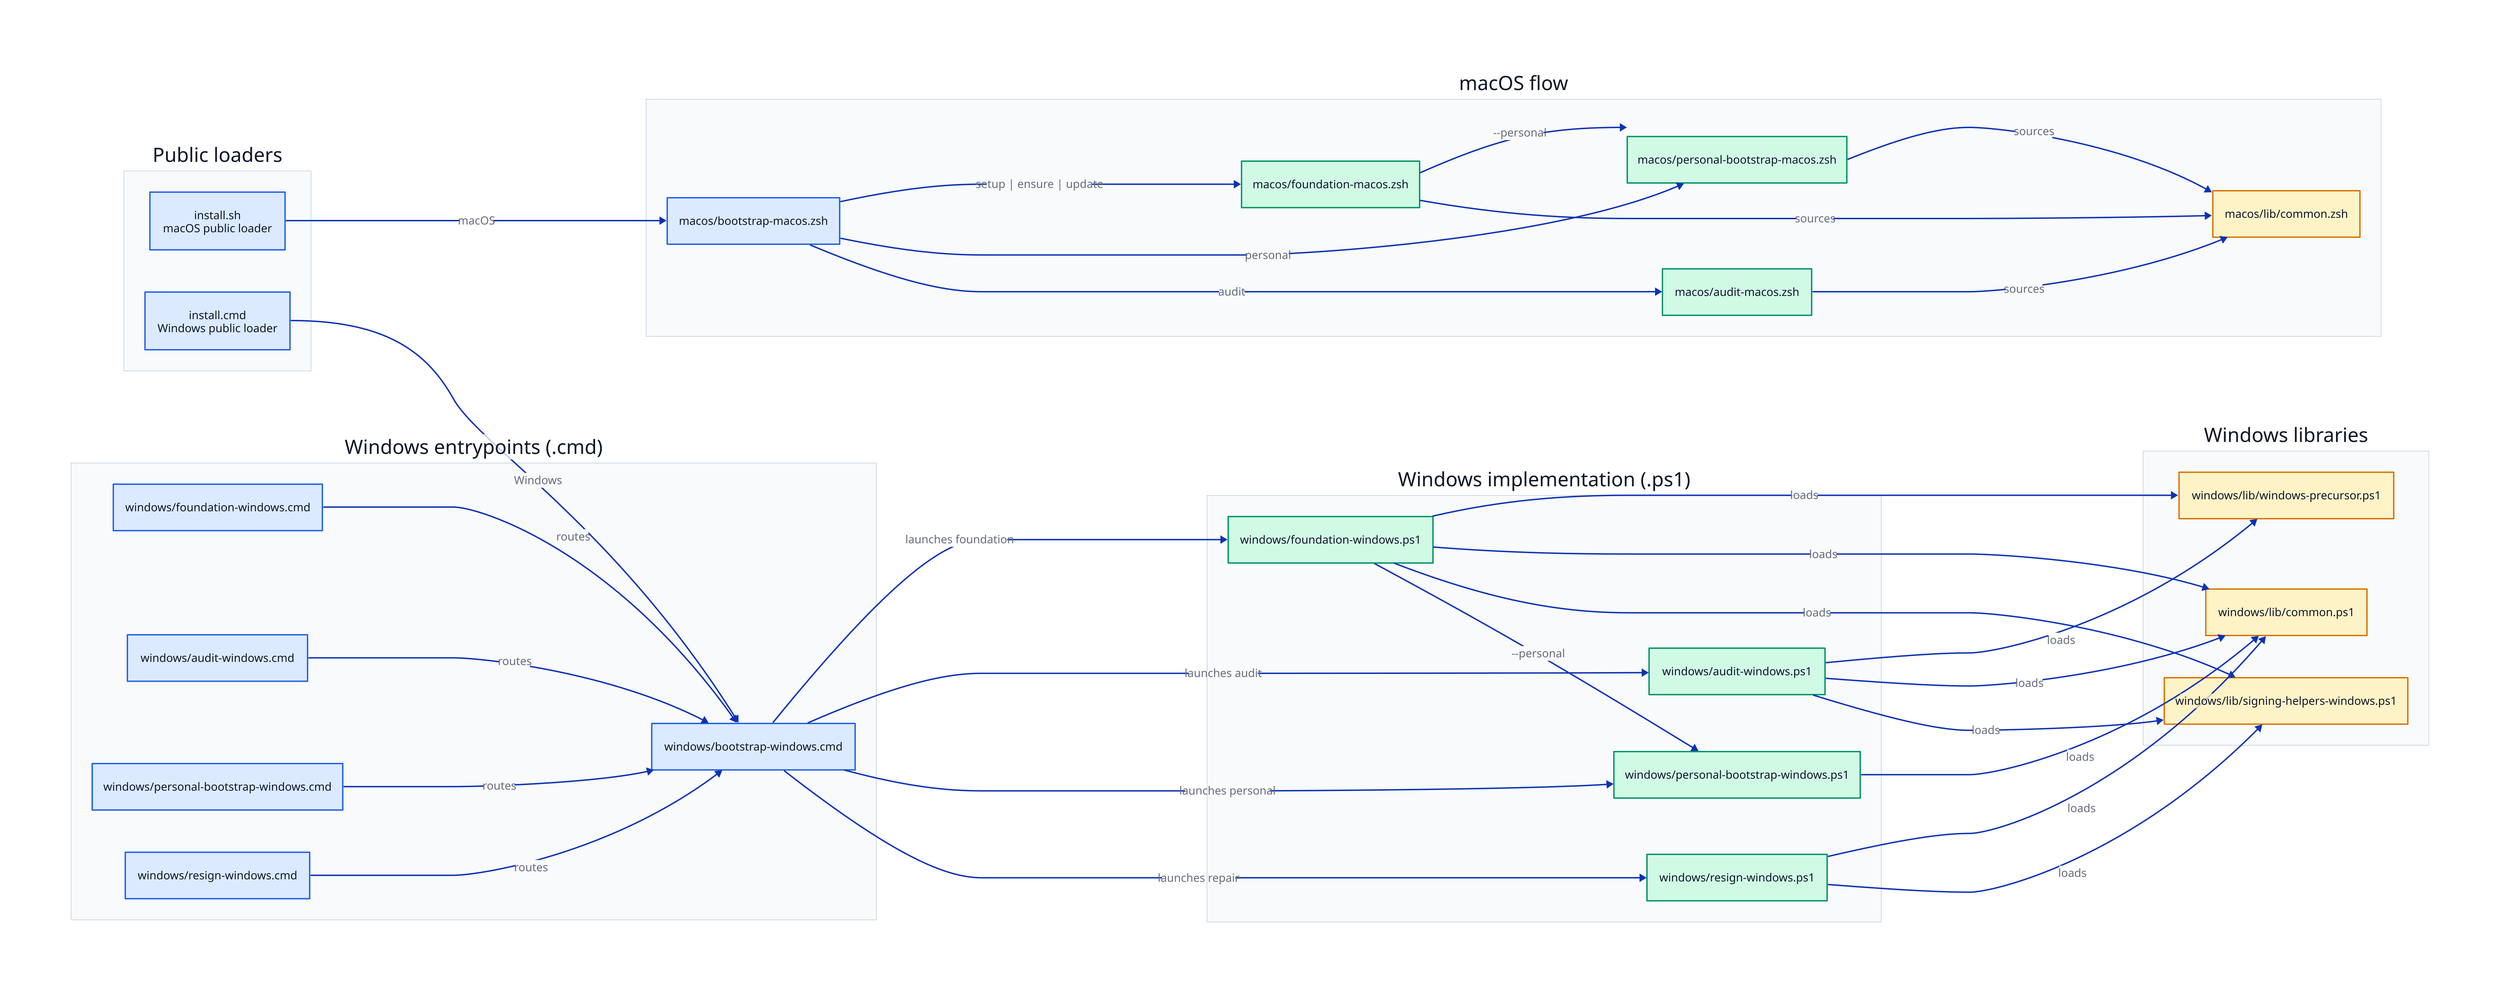
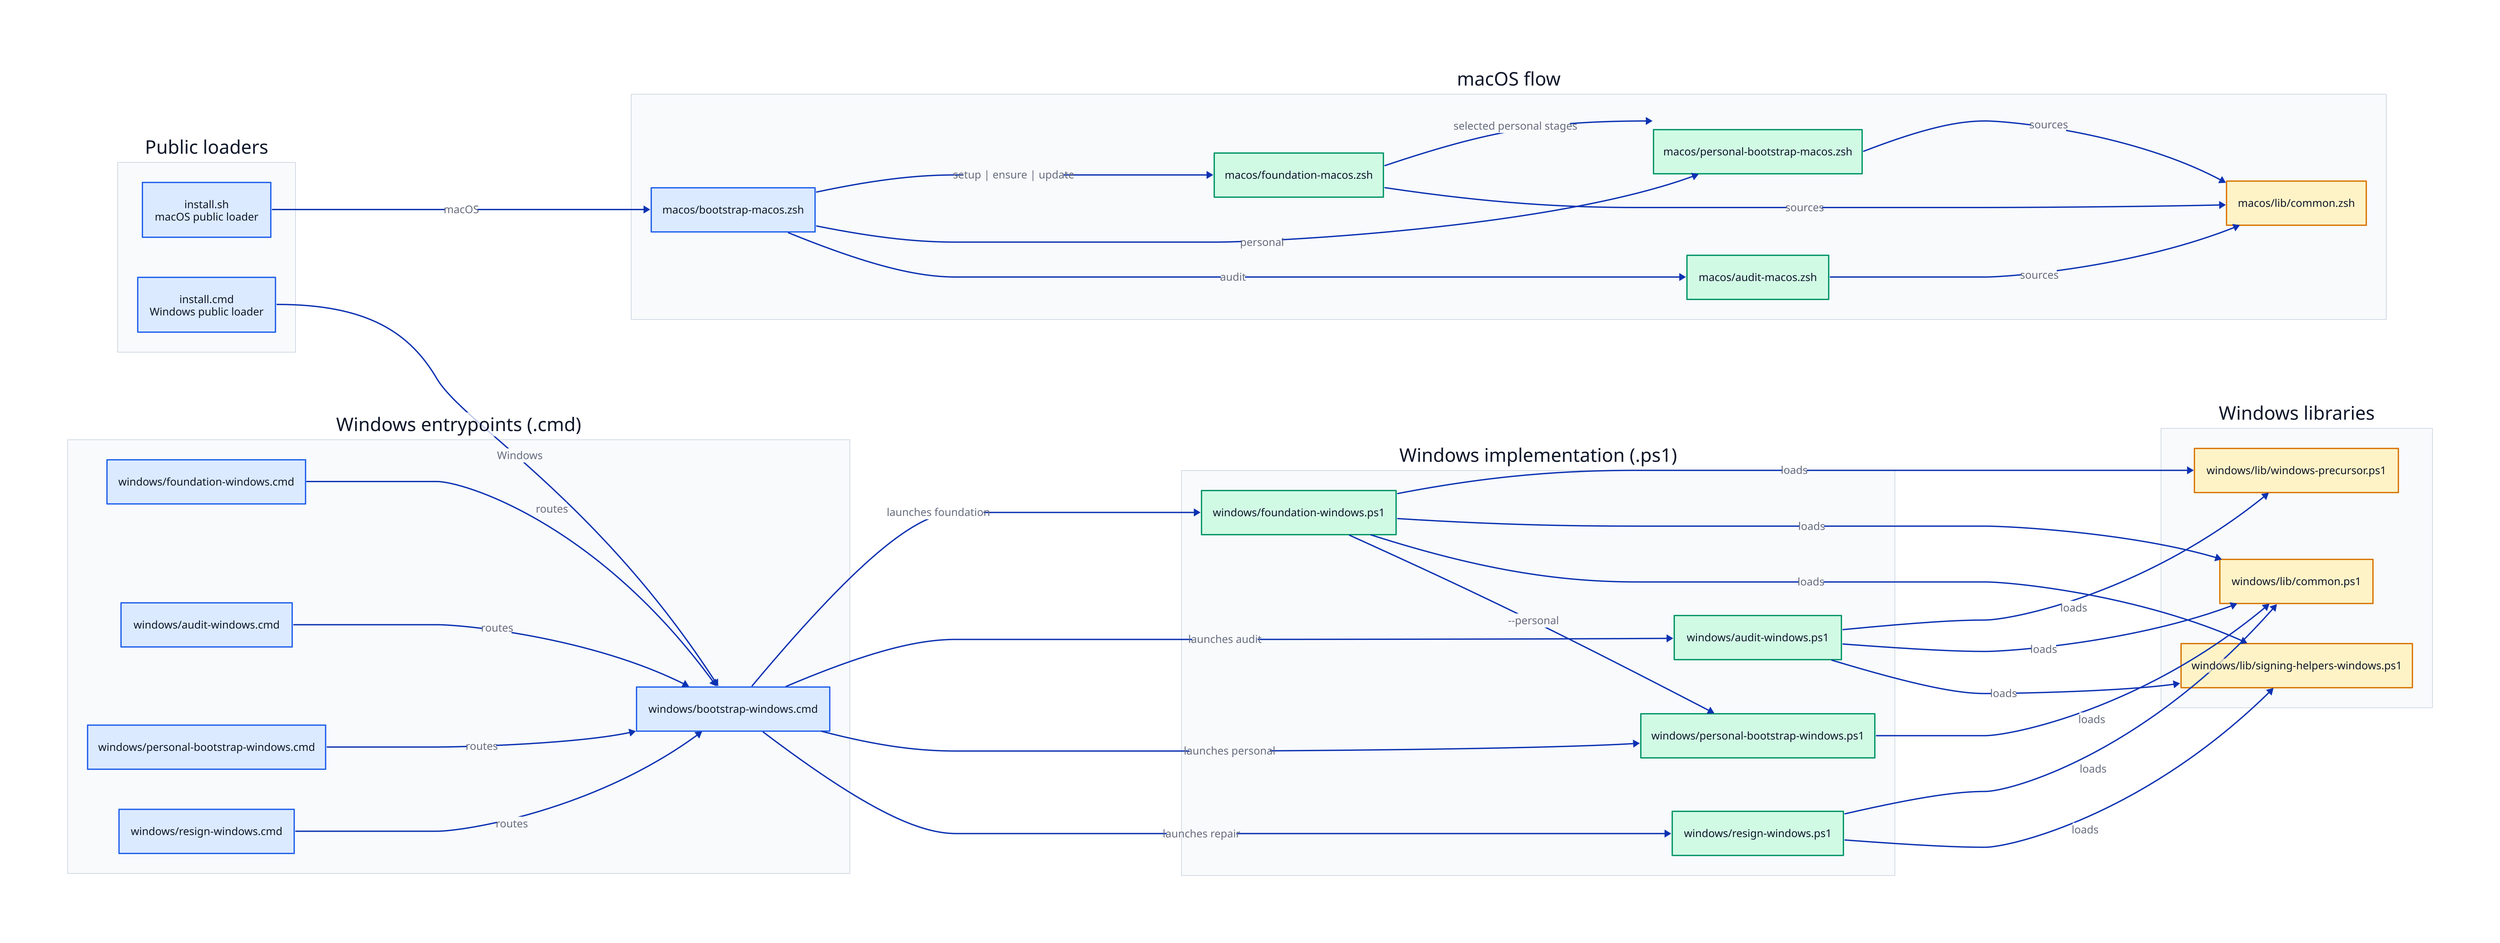
direction: right

classes: {
  container: {
    style.fill: "#F8FAFC"
    style.stroke: "#CBD5E1"
    style.stroke-width: 1
    style.font-color: "#0F172A"
  }
  entrypoint: {
    style.fill: "#DBEAFE"
    style.stroke: "#2563EB"
    style.stroke-width: 2
    style.font-color: "#0F172A"
  }
  implementation: {
    style.fill: "#D1FAE5"
    style.stroke: "#059669"
    style.stroke-width: 2
    style.font-color: "#0F172A"
  }
  library: {
    style.fill: "#FEF3C7"
    style.stroke: "#D97706"
    style.stroke-width: 2
    style.font-color: "#0F172A"
  }
}

public_loaders: {
  label: "Public loaders"
  class: container

  install_sh: {
    label: "install.sh\nmacOS public loader"
    class: entrypoint
  }

  install_cmd: {
    label: "install.cmd\nWindows public loader"
    class: entrypoint
  }
}

macos: {
  label: "macOS flow"
  class: container

  bootstrap: {
    label: "macos/bootstrap-macos.zsh"
    class: entrypoint
  }

  foundation: {
    label: "macos/foundation-macos.zsh"
    class: implementation
  }

  personal: {
    label: "macos/personal-bootstrap-macos.zsh"
    class: implementation
  }

  audit: {
    label: "macos/audit-macos.zsh"
    class: implementation
  }

  common: {
    label: "macos/lib/common.zsh"
    class: library
  }
}

windows_cmd: {
  label: "Windows entrypoints (.cmd)"
  class: container

  bootstrap: {
    label: "windows/bootstrap-windows.cmd"
    class: entrypoint
  }

  foundation: {
    label: "windows/foundation-windows.cmd"
    class: entrypoint
  }

  audit: {
    label: "windows/audit-windows.cmd"
    class: entrypoint
  }

  personal: {
    label: "windows/personal-bootstrap-windows.cmd"
    class: entrypoint
  }

  resign: {
    label: "windows/resign-windows.cmd"
    class: entrypoint
  }
}

windows_ps1: {
  label: "Windows implementation (.ps1)"
  class: container

  foundation: {
    label: "windows/foundation-windows.ps1"
    class: implementation
  }

  audit: {
    label: "windows/audit-windows.ps1"
    class: implementation
  }

  personal: {
    label: "windows/personal-bootstrap-windows.ps1"
    class: implementation
  }

  resign: {
    label: "windows/resign-windows.ps1"
    class: implementation
  }
}

windows_lib: {
  label: "Windows libraries"
  class: container

  precursor: {
    label: "windows/lib/windows-precursor.ps1"
    class: library
  }

  common: {
    label: "windows/lib/common.ps1"
    class: library
  }

  signing: {
    label: "windows/lib/signing-helpers-windows.ps1"
    class: library
  }
}

public_loaders.install_sh -> macos.bootstrap: "macOS"
public_loaders.install_cmd -> windows_cmd.bootstrap: "Windows"

macos.bootstrap -> macos.foundation: "setup | ensure | update"
macos.bootstrap -> macos.personal: "personal"
macos.bootstrap -> macos.audit: "audit"
- macos.foundation -> macos.personal: "--personal"
+ macos.foundation -> macos.personal: "selected personal stages"
macos.foundation -> macos.common: "sources"
macos.personal -> macos.common: "sources"
macos.audit -> macos.common: "sources"

windows_cmd.foundation -> windows_cmd.bootstrap: "routes"
windows_cmd.audit -> windows_cmd.bootstrap: "routes"
windows_cmd.personal -> windows_cmd.bootstrap: "routes"
windows_cmd.resign -> windows_cmd.bootstrap: "routes"

windows_cmd.bootstrap -> windows_ps1.foundation: "launches foundation"
windows_cmd.bootstrap -> windows_ps1.audit: "launches audit"
windows_cmd.bootstrap -> windows_ps1.personal: "launches personal"
windows_cmd.bootstrap -> windows_ps1.resign: "launches repair"

windows_ps1.foundation -> windows_lib.precursor: "loads"
windows_ps1.audit -> windows_lib.precursor: "loads"
windows_ps1.foundation -> windows_lib.common: "loads"
windows_ps1.audit -> windows_lib.common: "loads"
windows_ps1.personal -> windows_lib.common: "loads"
windows_ps1.resign -> windows_lib.common: "loads"
windows_ps1.foundation -> windows_lib.signing: "loads"
windows_ps1.audit -> windows_lib.signing: "loads"
windows_ps1.resign -> windows_lib.signing: "loads"
windows_ps1.foundation -> windows_ps1.personal: "--personal"
